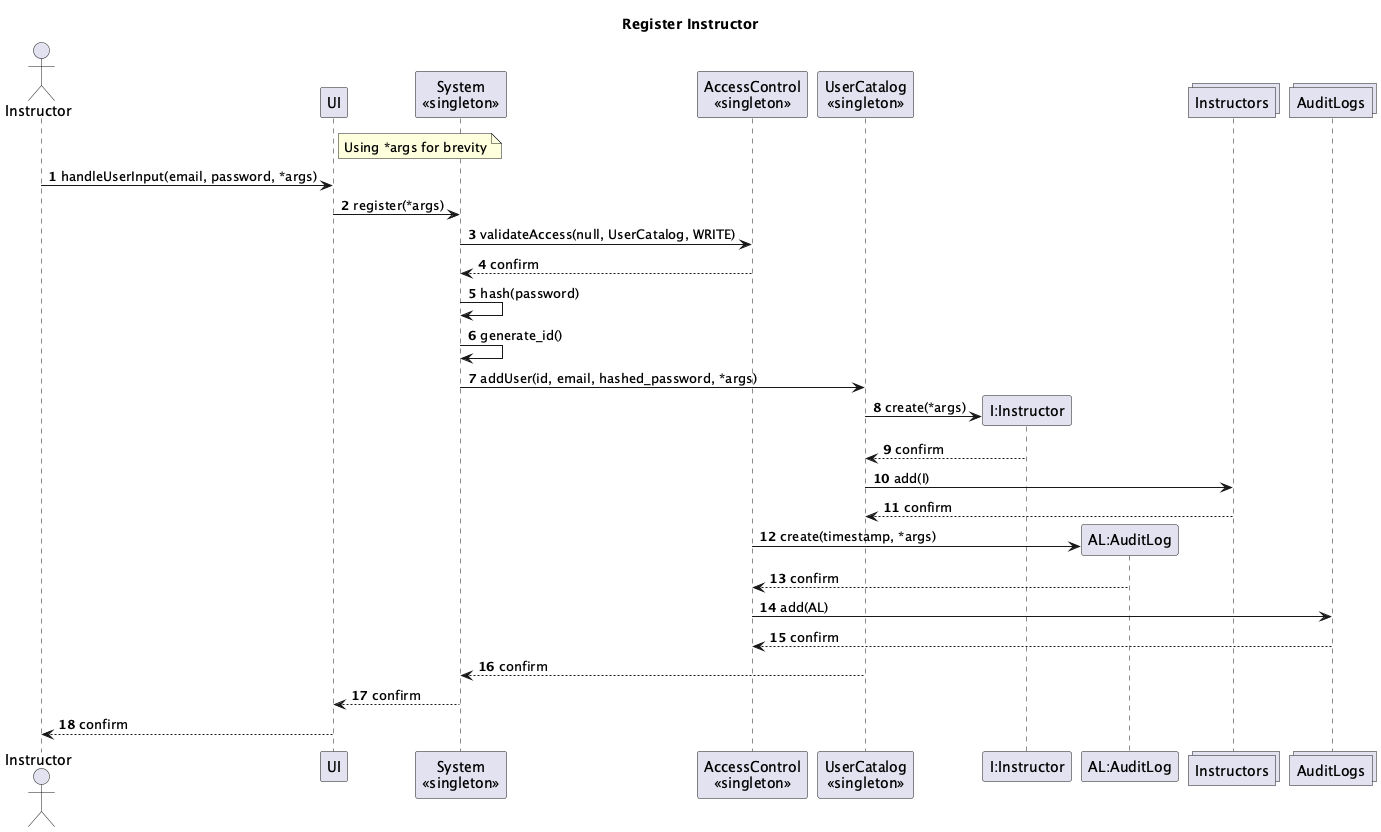
Before: System-Diagrams/UML Interaction/Instructor/Instructor-Interactions.png, a diagram exported from PlantUML (vibqetowi/soen-342-project).
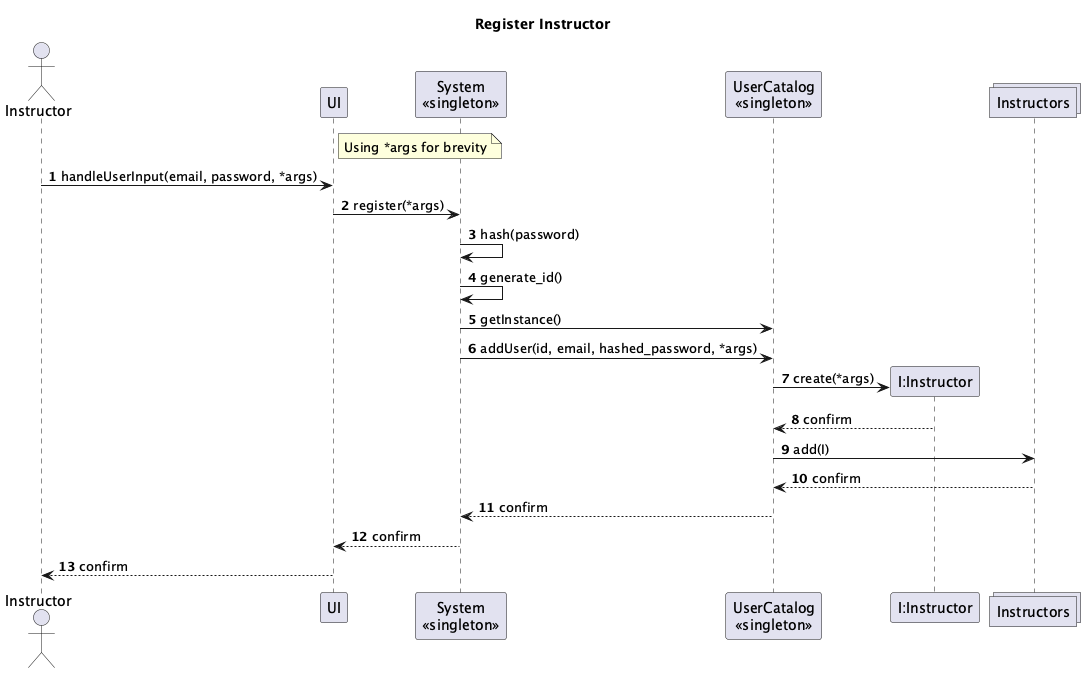
After the commit.

Diff of the diagram source:
```diff
@@ -2,12 +2,9 @@
 actor Instructor
 participant UI
 participant "System\n<<singleton>>" as System
-participant "AccessControl\n<<singleton>>" as AccessControl
 participant "UserCatalog\n<<singleton>>" as UserCatalog
 participant "I:Instructor" as User
-participant "AL:AuditLog" as AuditLog
 collections Instructors
-collections AuditLogs
 
 title Register Instructor
 
@@ -20,23 +17,16 @@
 Instructor -> UI: handleUserInput(email, password, *args)
 UI -> System: register(*args)
 
-System -> AccessControl: validateAccess(null, UserCatalog, WRITE)
-AccessControl --> System: confirm
-
 System -> System: hash(password)
 System -> System: generate_id()
 
+System -> UserCatalog: getInstance()
 System -> UserCatalog: addUser(id, email, hashed_password, *args)
-UserCatalog -> User ** : create(*args)
+UserCatalog -> User **: create(*args)
 
 User --> UserCatalog: confirm
 UserCatalog -> Instructors: add(I)
 Instructors --> UserCatalog: confirm
-
-AccessControl -> AuditLog **: create(timestamp, *args)
-AuditLog --> AccessControl: confirm
-AccessControl -> AuditLogs: add(AL)
-AuditLogs --> AccessControl: confirm
 
 UserCatalog --> System: confirm
 System --> UI: confirm
```
